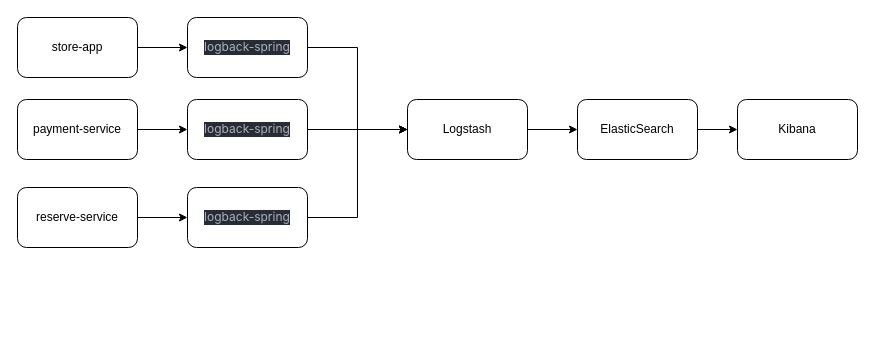
Before: Логирование.drawio in KindEgoist/PetProject, a draw.io diagram. Source tidied: cells renumbered, new cells numbered last; positions are measured from the earlier drawing's top-left corner, leaving out a move shared by most shapes. Both pictures are drawn from the tidied source at 100%, with x=0, y=0 at pixel (17, 17).
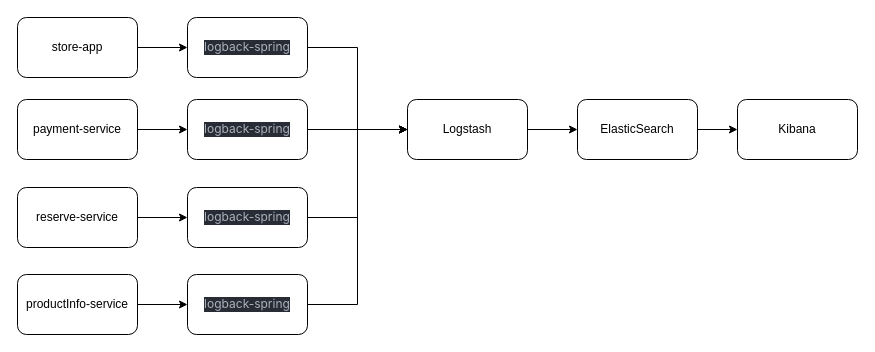
After the change.

Unchanged cells that the change refers to:
```xml
<mxCell id="15" value="Logstash" style="rounded=1;whiteSpace=wrap;html=1;" parent="1" vertex="1">
  <mxGeometry x="390" y="82" width="120" height="60" as="geometry" />
</mxCell>
```

What changed in the source:
```diff
@@
+    <mxCell id="19" style="edgeStyle=orthogonalEdgeStyle;rounded=0;jettySize=auto;html=1;entryX=0;entryY=0.5;entryDx=0;entryDy=0;" parent="1" edge="1" source="20" target="22">
+      <mxGeometry relative="1" as="geometry" />
+    </mxCell>
+    <mxCell id="20" value="productInfo-service" style="rounded=1;whiteSpace=wrap;html=1;" parent="1" vertex="1">
+      <mxGeometry y="257" width="120" height="60" as="geometry" />
+    </mxCell>
+    <mxCell id="21" style="edgeStyle=orthogonalEdgeStyle;rounded=0;jettySize=auto;html=1;entryX=0;entryY=0.5;entryDx=0;entryDy=0;" parent="1" edge="1" source="22" target="15">
+      <mxGeometry relative="1" as="geometry" />
+    </mxCell>
+    <mxCell id="22" value="&lt;div style=&quot;background-color:#282c34;color:#abb2bf&quot;&gt;&lt;pre style=&quot;font-family:'Inter';font-size:9,8pt;&quot;&gt;logback-spring&lt;/pre&gt;&lt;/div&gt;" style="rounded=1;whiteSpace=wrap;html=1;" parent="1" vertex="1">
+      <mxGeometry x="170" y="257" width="120" height="60" as="geometry" />
+    </mxCell>
```
